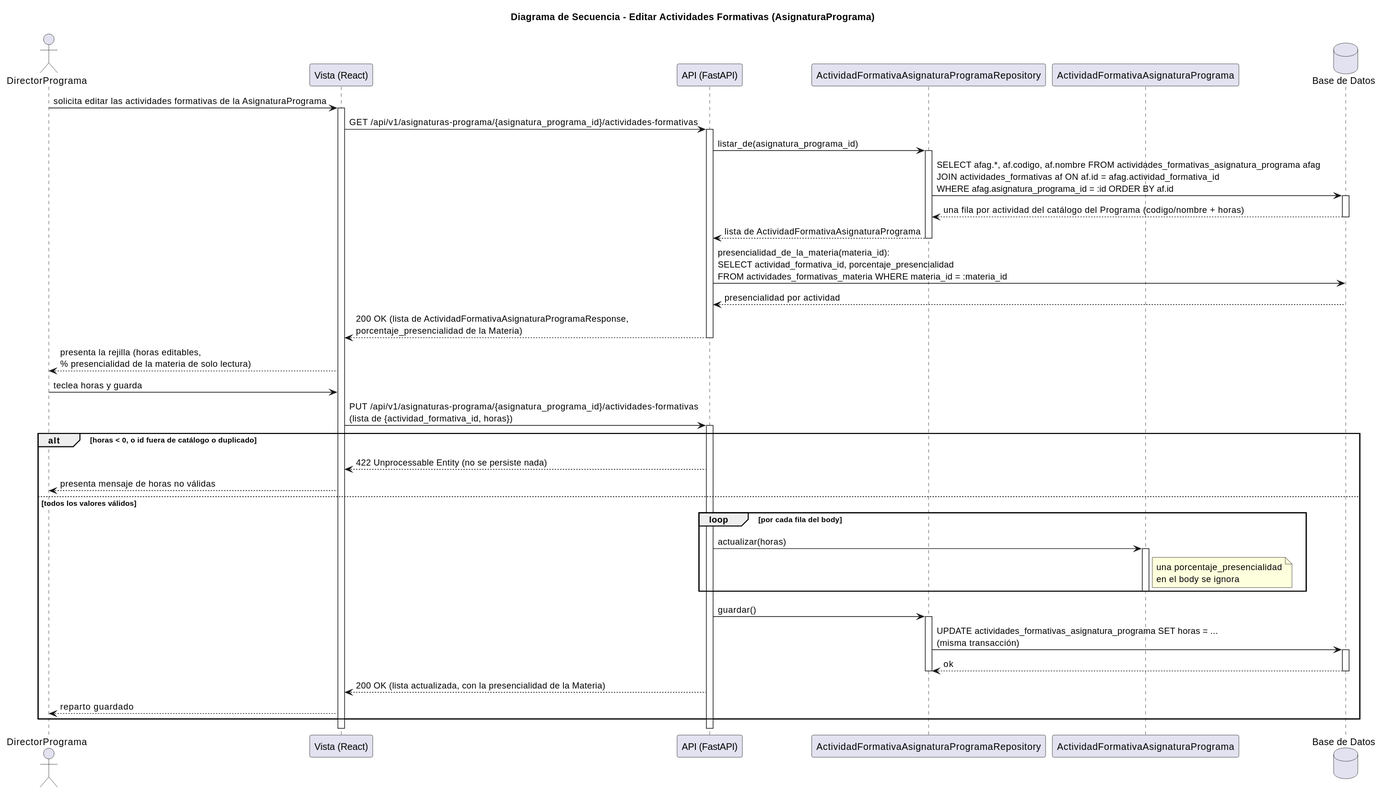
The PlantUML diagram images/RUP/03-diseño/casos-uso/editarActividadesFormativasAsignaturaPrograma/secuencia.svg in mmasias/pyCeldaPublico, before a commit.
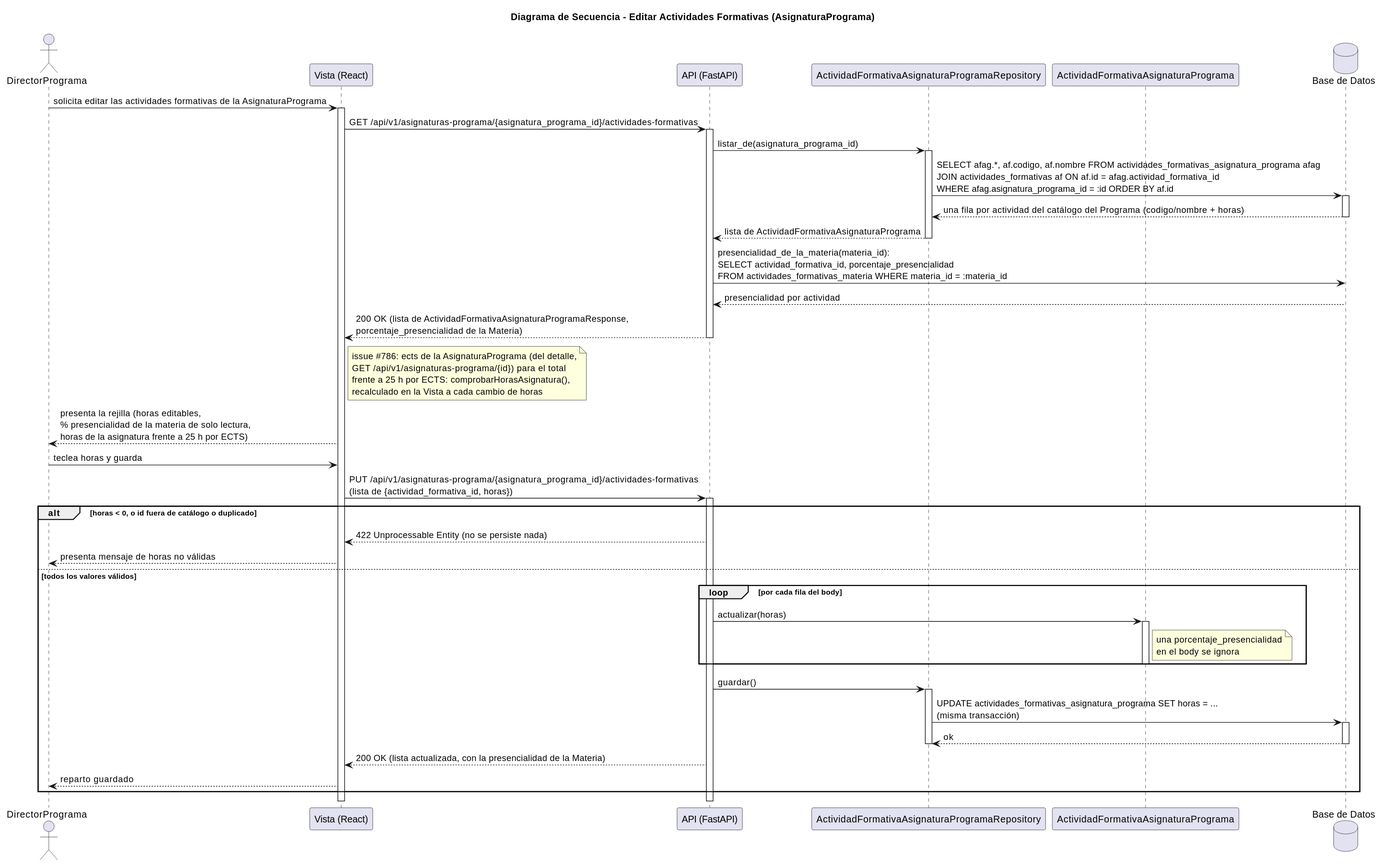
After the change.

The edit, as a diff of the source:
```diff
@@ -24,7 +24,8 @@
 DB --> API: presencialidad por actividad
 API --> Vista: 200 OK (lista de ActividadFormativaAsignaturaProgramaResponse,\nporcentaje_presencialidad de la Materia)
 deactivate API
-Vista --> DirectorPrograma: presenta la rejilla (horas editables,\n% presencialidad de la materia de solo lectura)
+note right of Vista: issue #786: ects de la AsignaturaPrograma (del detalle,\nGET /api/v1/asignaturas-programa/{id}) para el total\nfrente a 25 h por ECTS: comprobarHorasAsignatura(),\nrecalculado en la Vista a cada cambio de horas
+Vista --> DirectorPrograma: presenta la rejilla (horas editables,\n% presencialidad de la materia de solo lectura,\nhoras de la asignatura frente a 25 h por ECTS)
 
 DirectorPrograma -> Vista: teclea horas y guarda
 Vista -> API: PUT /api/v1/asignaturas-programa/{asignatura_programa_id}/actividades-formativas\n(lista de {actividad_formativa_id, horas})
```
